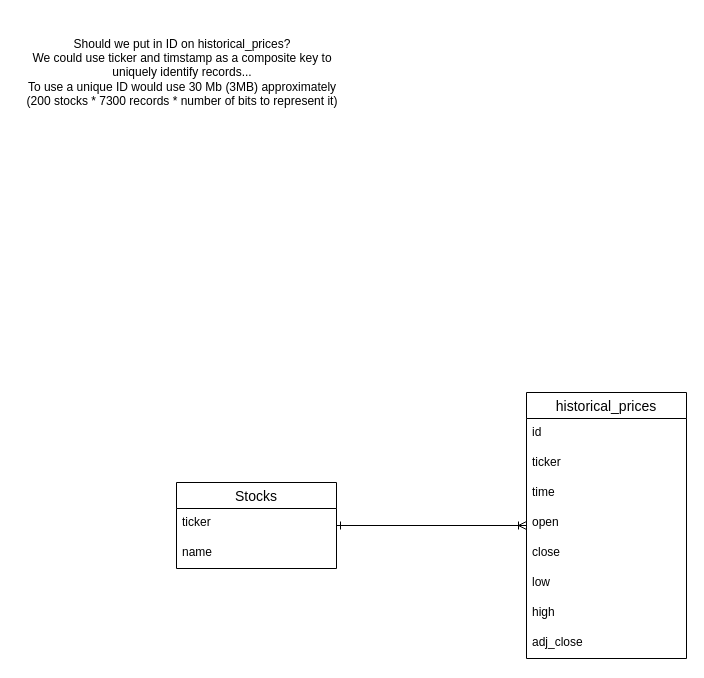
Earlier version of the draw.io diagram page "Logical Model" (2 of 3) of engineering_design/Entity-Relationship Diagram.drawio (tobiedesgreniers/training). Source tidied: cells renumbered, new cells numbered last; positions are measured from the earlier drawing's top-left corner, leaving out a move shared by most shapes. Both pictures are drawn from the tidied source at 100%, with x=0, y=0 at pixel (17, 17).
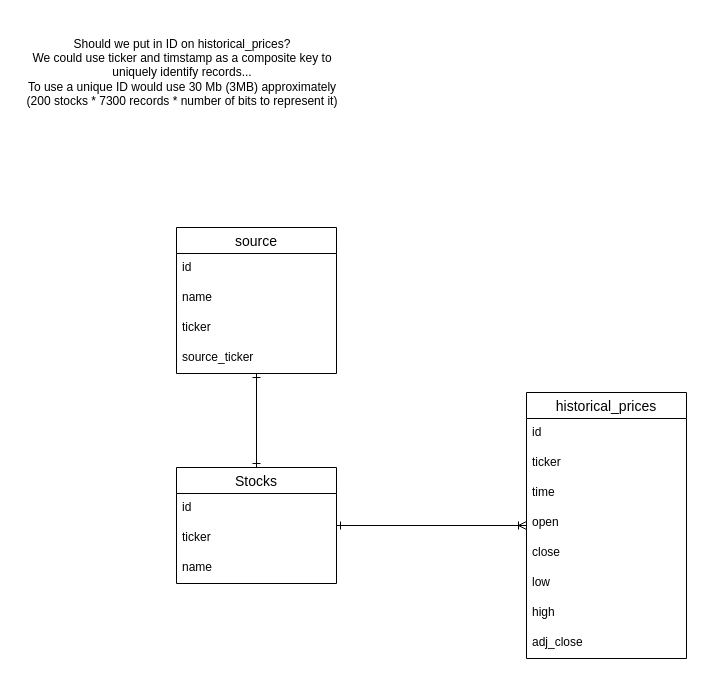
The same diagram, later.

Commit message (it also covers changes not shown here):
changed data modeling by adding source ticker equivalence

What changed in the source:
```diff
@@
     <mxCell id="3" value="Stocks" style="swimlane;fontStyle=0;horizontal=1;startSize=26;align=center;fontSize=14;" parent="1" vertex="1">
-      <mxGeometry x="159" y="465" width="160" height="86" as="geometry" />
+      <mxGeometry x="159" y="450" width="160" height="116" as="geometry" />
     </mxCell>
+    <mxCell id="16" value="id" style="text;strokeColor=none;fillColor=none;spacingLeft=4;spacingRight=4;overflow=hidden;fontSize=12;" parent="3" vertex="1">
+      <mxGeometry y="26" width="160" height="30" as="geometry" />
+    </mxCell>
     <mxCell id="4" value="ticker" style="text;strokeColor=none;fillColor=none;spacingLeft=4;spacingRight=4;overflow=hidden;fontSize=12;" parent="3" vertex="1">
-      <mxGeometry y="26" width="160" height="30" as="geometry" />
+      <mxGeometry y="56" width="160" height="30" as="geometry" />
     </mxCell>
     <mxCell id="5" value="name" style="text;strokeColor=none;fillColor=none;spacingLeft=4;spacingRight=4;overflow=hidden;fontSize=12;" parent="3" vertex="1">
-      <mxGeometry y="56" width="160" height="30" as="geometry" />
+      <mxGeometry y="86" width="160" height="30" as="geometry" />
     </mxCell>
@@
+    <mxCell id="17" style="edgeStyle=none;rounded=0;jettySize=auto;html=1;exitX=0.5;exitY=1;exitDx=0;exitDy=0;startArrow=ERone;startFill=0;endArrow=ERone;endFill=0;" parent="1" edge="1" source="18" target="3">
+      <mxGeometry relative="1" as="geometry" />
+    </mxCell>
+    <mxCell id="18" value="source" style="swimlane;fontStyle=0;horizontal=1;startSize=26;align=center;fontSize=14;" parent="1" vertex="1">
+      <mxGeometry x="159" y="210" width="160" height="146" as="geometry" />
+    </mxCell>
+    <mxCell id="19" value="id" style="text;strokeColor=none;fillColor=none;spacingLeft=4;spacingRight=4;overflow=hidden;fontSize=12;" parent="18" vertex="1">
+      <mxGeometry y="26" width="160" height="30" as="geometry" />
+    </mxCell>
+    <mxCell id="20" value="name" style="text;strokeColor=none;fillColor=none;spacingLeft=4;spacingRight=4;overflow=hidden;fontSize=12;" parent="18" vertex="1">
+      <mxGeometry y="56" width="160" height="30" as="geometry" />
+    </mxCell>
+    <mxCell id="21" value="ticker" style="text;strokeColor=none;fillColor=none;spacingLeft=4;spacingRight=4;overflow=hidden;fontSize=12;" parent="18" vertex="1">
+      <mxGeometry y="86" width="160" height="30" as="geometry" />
+    </mxCell>
+    <mxCell id="22" value="source_ticker" style="text;strokeColor=none;fillColor=none;spacingLeft=4;spacingRight=4;overflow=hidden;fontSize=12;" parent="18" vertex="1">
+      <mxGeometry y="116" width="160" height="30" as="geometry" />
+    </mxCell>
```
